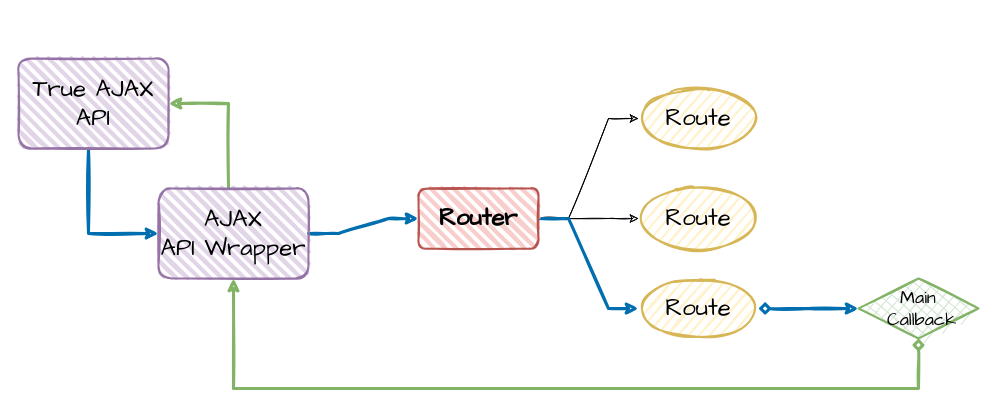
KonghaYao/jspider keeps this draw.io diagram as FakeServer/FakeServer.drawio. Above is the earlier version. Source tidied: cells renumbered, new cells numbered last; positions are measured from the earlier drawing's top-left corner, leaving out a move shared by most shapes. Both pictures are drawn from the tidied source at 100%, with x=0, y=0 at pixel (18, 58).
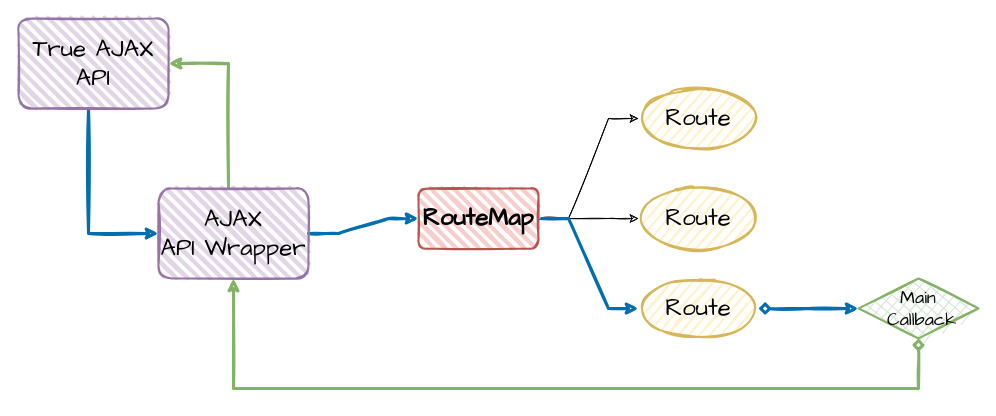
The same diagram, later.

Diff of the diagram source:
```diff
@@
-    <mxCell id="5" value="Router" style="rounded=1;whiteSpace=wrap;html=1;strokeWidth=2;fillWeight=4;hachureGap=8;hachureAngle=45;fillColor=#f8cecc;sketch=1;strokeColor=#b85450;fontStyle=1;fontFamily=Comic Sans MS;fontSize=24;" parent="1" vertex="1">
+    <mxCell id="5" value="RouteMap" style="rounded=1;whiteSpace=wrap;html=1;strokeWidth=2;fillWeight=4;hachureGap=8;hachureAngle=45;fillColor=#f8cecc;sketch=1;strokeColor=#b85450;fontStyle=1;fontFamily=Comic Sans MS;fontSize=24;" parent="1" vertex="1">
       <mxGeometry x="400" y="130" width="120" height="60" as="geometry" />
     </mxCell>
@@
     <mxCell id="16" value="True AJAX API" style="rounded=1;whiteSpace=wrap;html=1;strokeWidth=2;fillWeight=4;hachureGap=8;hachureAngle=45;fillColor=#e1d5e7;sketch=1;fontFamily=Comic Sans MS;fontSize=24;strokeColor=#9673a6;" parent="1" vertex="1">
-      <mxGeometry width="150" height="90" as="geometry" />
+      <mxGeometry y="-40" width="150" height="90" as="geometry" />
     </mxCell>
```
